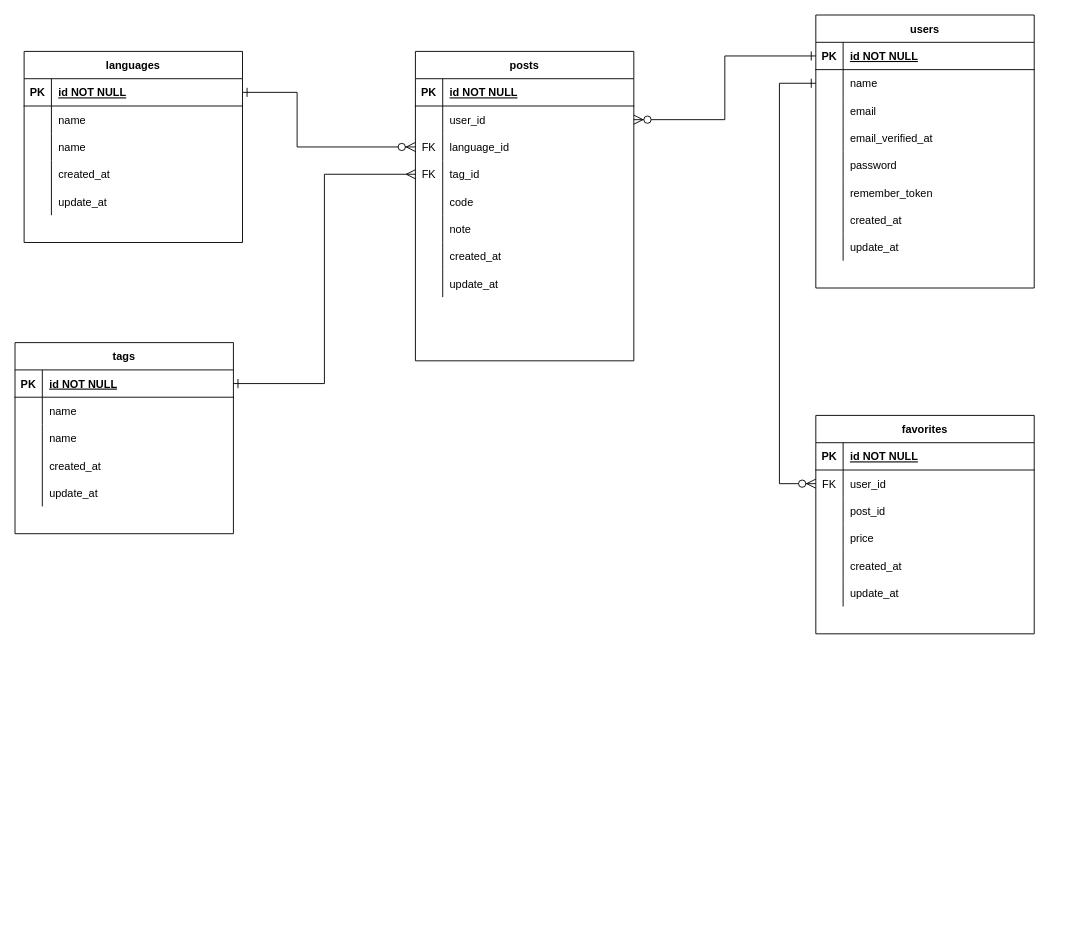
Above: bitcode.drawio in 0gravity000/er001 (draw.io), before the change. Source tidied: cells renumbered, new cells numbered last; positions are measured from the earlier drawing's top-left corner, leaving out a move shared by most shapes. Both pictures are drawn from the tidied source at 91%, with x=0, y=0 at pixel (15, 15).
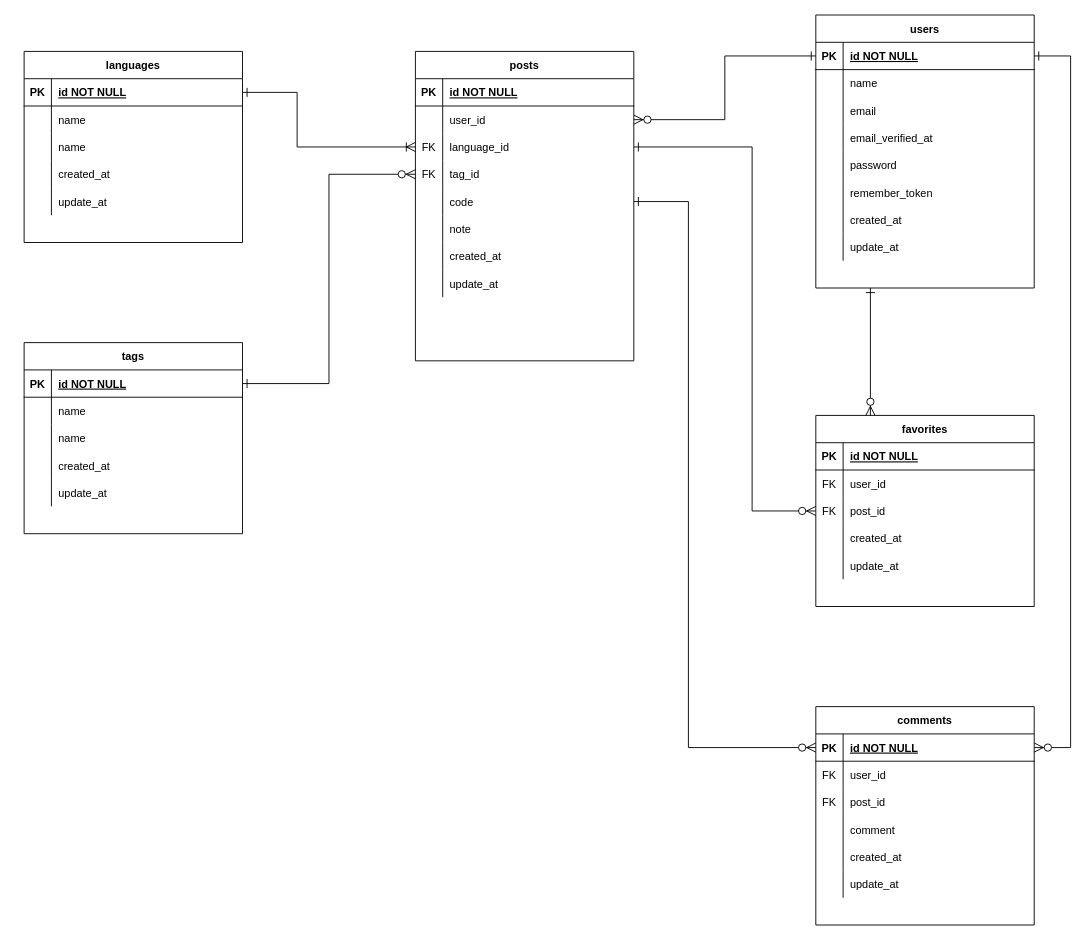
The same diagram, later.

Unchanged cells that the change refers to:
```xml
<mxCell id="10" style="shape=partialRectangle;fillColor=none;points=[[0,0.5],[1,0.5]];portConstraint=eastwest;top=0;left=0;right=0;bottom=0;" parent="3" vertex="1">
  <mxGeometry y="90" width="240" height="30" as="geometry" />
</mxCell>
<mxCell id="13" style="shape=partialRectangle;fillColor=none;points=[[0,0.5],[1,0.5]];portConstraint=eastwest;top=0;left=0;right=0;bottom=0;" parent="3" vertex="1">
  <mxGeometry y="120" width="240" height="30" as="geometry" />
</mxCell>
<mxCell id="16" style="shape=partialRectangle;fillColor=none;points=[[0,0.5],[1,0.5]];portConstraint=eastwest;top=0;left=0;right=0;bottom=0;" parent="3" vertex="1">
  <mxGeometry y="150" width="240" height="30" as="geometry" />
</mxCell>
<mxCell id="29" style="shape=partialRectangle;fillColor=none;top=0;left=0;bottom=1;right=0;points=[[0,0.5],[1,0.5]];portConstraint=eastwest;" parent="28" vertex="1">
  <mxGeometry y="30" width="240" height="30" as="geometry" />
</mxCell>
<mxCell id="48" style="shape=partialRectangle;fillColor=none;top=0;left=0;bottom=0;right=0;points=[[0,0.5],[1,0.5]];portConstraint=eastwest;" parent="44" vertex="1">
  <mxGeometry y="60" width="240" height="30" as="geometry" />
</mxCell>
<mxCell id="51" style="shape=partialRectangle;fillColor=none;top=0;left=0;bottom=0;right=0;points=[[0,0.5],[1,0.5]];portConstraint=eastwest;" parent="44" vertex="1">
  <mxGeometry y="90" width="240" height="30" as="geometry" />
</mxCell>
<mxCell id="64" value="users" style="shape=table;startSize=30;childLayout=tableLayout;rowLines=0;fontStyle=1;align=center;" parent="1" vertex="1">
  <mxGeometry x="880" width="240" height="300" as="geometry" />
</mxCell>
<mxCell id="65" style="shape=partialRectangle;fillColor=none;top=0;left=0;bottom=1;right=0;points=[[0,0.5],[1,0.5]];portConstraint=eastwest;" parent="64" vertex="1">
  <mxGeometry y="30" width="240" height="30" as="geometry" />
</mxCell>
<mxCell id="68" style="shape=partialRectangle;fillColor=none;top=0;left=0;bottom=0;right=0;points=[[0,0.5],[1,0.5]];portConstraint=eastwest;" parent="64" vertex="1">
  <mxGeometry y="60" width="240" height="30" as="geometry" />
</mxCell>
<mxCell id="91" style="shape=partialRectangle;fillColor=none;top=0;left=0;bottom=1;right=0;points=[[0,0.5],[1,0.5]];portConstraint=eastwest;" parent="90" vertex="1">
  <mxGeometry y="30" width="240" height="30" as="geometry" />
</mxCell>
```

Diff of the diagram source:
```diff
@@
-    <mxCell id="2" style="edgeStyle=orthogonalEdgeStyle;rounded=0;jettySize=auto;html=1;startArrow=ERone;startFill=0;endArrow=ERzeroToMany;endFill=1;startSize=8;endSize=8;exitX=0;exitY=0.5;exitDx=0;exitDy=0;entryX=0;entryY=0.5;entryDx=0;entryDy=0;" parent="1" edge="1" source="68" target="48">
-      <mxGeometry relative="1" as="geometry">
-        <Array as="points">
-          <mxPoint x="840" y="75" />
-          <mxPoint x="840" y="515" />
-        </Array>
-      </mxGeometry>
-    </mxCell>
@@
     <mxCell id="28" value="tags" style="shape=table;startSize=30;childLayout=tableLayout;rowLines=0;fontStyle=1;align=center;" parent="1" vertex="1">
-      <mxGeometry y="360" width="240" height="210" as="geometry" />
+      <mxGeometry x="10" y="360" width="240" height="210" as="geometry" />
     </mxCell>
@@
     <mxCell id="44" value="favorites" style="shape=table;startSize=30;childLayout=tableLayout;rowLines=0;fontStyle=1;align=center;" parent="1" vertex="1">
-      <mxGeometry x="880" y="440" width="240" height="240" as="geometry" />
+      <mxGeometry x="880" y="440" width="240" height="210" as="geometry" />
     </mxCell>
@@
-    <mxCell id="52" style="shape=partialRectangle;fillColor=none;top=0;left=0;bottom=0;right=0;overflow=hidden;" parent="51" vertex="1">
+    <mxCell id="52" value="FK" style="shape=partialRectangle;fillColor=none;top=0;left=0;bottom=0;right=0;overflow=hidden;" parent="51" vertex="1">
       <mxGeometry width="30" height="30" as="geometry" />
     </mxCell>
@@
-    <mxCell id="54" style="shape=partialRectangle;fillColor=none;top=0;left=0;bottom=0;right=0;" parent="44" vertex="1">
-      <mxGeometry y="120" width="240" height="30" as="geometry" />
-    </mxCell>
-    <mxCell id="55" style="shape=partialRectangle;fillColor=none;top=0;left=0;bottom=0;right=0;overflow=hidden;" parent="54" vertex="1">
-      <mxGeometry width="30" height="30" as="geometry" />
-    </mxCell>
-    <mxCell id="56" value="price" style="shape=partialRectangle;fillColor=none;top=0;left=0;bottom=0;right=0;align=left;spacingLeft=6;overflow=hidden;" parent="54" vertex="1">
-      <mxGeometry x="30" width="210" height="30" as="geometry" />
-    </mxCell>
     <mxCell id="57" style="shape=partialRectangle;fillColor=none;top=0;left=0;bottom=0;right=0;" parent="44" vertex="1">
-      <mxGeometry y="150" width="240" height="30" as="geometry" />
+      <mxGeometry y="120" width="240" height="30" as="geometry" />
     </mxCell>
@@
     <mxCell id="60" style="shape=partialRectangle;fillColor=none;top=0;left=0;bottom=0;right=0;" parent="44" vertex="1">
-      <mxGeometry y="180" width="240" height="30" as="geometry" />
+      <mxGeometry y="150" width="240" height="30" as="geometry" />
     </mxCell>
@@
-    <mxCell id="63" style="edgeStyle=orthogonalEdgeStyle;rounded=0;jettySize=auto;html=1;exitX=1;exitY=0.5;exitDx=0;exitDy=0;entryX=0;entryY=0.5;entryDx=0;entryDy=0;endArrow=ERmany;endFill=0;endSize=8;startSize=8;startArrow=ERone;startFill=0;" parent="1" edge="1" source="29" target="13">
+    <mxCell id="63" style="edgeStyle=orthogonalEdgeStyle;rounded=0;jettySize=auto;html=1;exitX=1;exitY=0.5;exitDx=0;exitDy=0;entryX=0;entryY=0.5;entryDx=0;entryDy=0;endArrow=ERzeroToMany;endFill=1;endSize=8;startSize=8;startArrow=ERone;startFill=0;" parent="1" edge="1" source="29" target="13">
       <mxGeometry relative="1" as="geometry" />
     </mxCell>
+    <mxCell id="107" style="edgeStyle=orthogonalEdgeStyle;rounded=0;jettySize=auto;html=1;exitX=0.25;exitY=1;exitDx=0;exitDy=0;entryX=0.25;entryY=0;entryDx=0;entryDy=0;startArrow=ERone;startFill=0;endArrow=ERzeroToMany;endFill=1;startSize=8;endSize=8;" parent="1" edge="1" source="64" target="44">
+      <mxGeometry relative="1" as="geometry" />
+    </mxCell>
@@
-    <mxCell id="106" style="edgeStyle=orthogonalEdgeStyle;rounded=0;jettySize=auto;html=1;exitX=1;exitY=0.5;exitDx=0;exitDy=0;entryX=0;entryY=0.5;entryDx=0;entryDy=0;startArrow=ERone;startFill=0;endArrow=ERzeroToMany;endFill=1;startSize=8;endSize=8;" parent="1" edge="1" source="91" target="10">
+    <mxCell id="106" style="edgeStyle=orthogonalEdgeStyle;rounded=0;jettySize=auto;html=1;exitX=1;exitY=0.5;exitDx=0;exitDy=0;entryX=0;entryY=0.5;entryDx=0;entryDy=0;startArrow=ERone;startFill=0;endArrow=ERoneToMany;endFill=0;startSize=8;endSize=8;" parent="1" edge="1" source="91" target="10">
       <mxGeometry relative="1" as="geometry">
         <Array as="points">
           <mxPoint x="310" y="85" />
           <mxPoint x="310" y="145" />
         </Array>
       </mxGeometry>
     </mxCell>
+    <mxCell id="108" value="comments" style="shape=table;startSize=30;childLayout=tableLayout;rowLines=0;fontStyle=1;align=center;" parent="1" vertex="1">
+      <mxGeometry x="880" y="760" width="240" height="240" as="geometry" />
+    </mxCell>
+    <mxCell id="109" style="shape=partialRectangle;fillColor=none;top=0;left=0;bottom=1;right=0;points=[[0,0.5],[1,0.5]];portConstraint=eastwest;" parent="108" vertex="1">
+      <mxGeometry y="30" width="240" height="30" as="geometry" />
+    </mxCell>
+    <mxCell id="110" value="PK" style="shape=partialRectangle;fillColor=none;top=0;left=0;bottom=0;right=0;fontStyle=1;overflow=hidden;" parent="109" vertex="1">
+      <mxGeometry width="30" height="30" as="geometry" />
+    </mxCell>
+    <mxCell id="111" value="id NOT NULL" style="shape=partialRectangle;fillColor=none;top=0;left=0;bottom=0;right=0;align=left;spacingLeft=6;fontStyle=5;overflow=hidden;" parent="109" vertex="1">
+      <mxGeometry x="30" width="210" height="30" as="geometry" />
+    </mxCell>
+    <mxCell id="112" style="shape=partialRectangle;fillColor=none;top=0;left=0;bottom=0;right=0;" parent="108" vertex="1">
+      <mxGeometry y="60" width="240" height="30" as="geometry" />
+    </mxCell>
+    <mxCell id="113" value="FK" style="shape=partialRectangle;fillColor=none;top=0;left=0;bottom=0;right=0;overflow=hidden;" parent="112" vertex="1">
+      <mxGeometry width="30" height="30" as="geometry" />
+    </mxCell>
+    <mxCell id="114" value="user_id" style="shape=partialRectangle;fillColor=none;top=0;left=0;bottom=0;right=0;align=left;spacingLeft=6;overflow=hidden;" parent="112" vertex="1">
+      <mxGeometry x="30" width="210" height="30" as="geometry" />
+    </mxCell>
+    <mxCell id="115" style="shape=partialRectangle;fillColor=none;top=0;left=0;bottom=0;right=0;" parent="108" vertex="1">
+      <mxGeometry y="90" width="240" height="30" as="geometry" />
+    </mxCell>
+    <mxCell id="116" value="FK" style="shape=partialRectangle;fillColor=none;top=0;left=0;bottom=0;right=0;overflow=hidden;" parent="115" vertex="1">
+      <mxGeometry width="30" height="30" as="geometry" />
+    </mxCell>
+    <mxCell id="117" value="post_id" style="shape=partialRectangle;fillColor=none;top=0;left=0;bottom=0;right=0;align=left;spacingLeft=6;overflow=hidden;" parent="115" vertex="1">
+      <mxGeometry x="30" width="210" height="30" as="geometry" />
+    </mxCell>
+    <mxCell id="54" style="shape=partialRectangle;fillColor=none;top=0;left=0;bottom=0;right=0;" parent="108" vertex="1">
+      <mxGeometry y="120" width="240" height="30" as="geometry" />
+    </mxCell>
+    <mxCell id="118" style="shape=partialRectangle;fillColor=none;top=0;left=0;bottom=0;right=0;overflow=hidden;" parent="54" vertex="1">
+      <mxGeometry width="30" height="30" as="geometry" />
+    </mxCell>
+    <mxCell id="119" value="comment" style="shape=partialRectangle;fillColor=none;top=0;left=0;bottom=0;right=0;align=left;spacingLeft=6;overflow=hidden;" parent="54" vertex="1">
+      <mxGeometry x="30" width="210" height="30" as="geometry" />
+    </mxCell>
+    <mxCell id="120" style="shape=partialRectangle;fillColor=none;top=0;left=0;bottom=0;right=0;" parent="108" vertex="1">
+      <mxGeometry y="150" width="240" height="30" as="geometry" />
+    </mxCell>
+    <mxCell id="121" style="shape=partialRectangle;fillColor=none;top=0;left=0;bottom=0;right=0;overflow=hidden;" parent="120" vertex="1">
+      <mxGeometry width="30" height="30" as="geometry" />
+    </mxCell>
+    <mxCell id="122" value="created_at" style="shape=partialRectangle;fillColor=none;top=0;left=0;bottom=0;right=0;align=left;spacingLeft=6;overflow=hidden;" parent="120" vertex="1">
+      <mxGeometry x="30" width="210" height="30" as="geometry" />
+    </mxCell>
+    <mxCell id="123" style="shape=partialRectangle;fillColor=none;top=0;left=0;bottom=0;right=0;" parent="108" vertex="1">
+      <mxGeometry y="180" width="240" height="30" as="geometry" />
+    </mxCell>
+    <mxCell id="124" style="shape=partialRectangle;fillColor=none;top=0;left=0;bottom=0;right=0;overflow=hidden;" parent="123" vertex="1">
+      <mxGeometry width="30" height="30" as="geometry" />
+    </mxCell>
+    <mxCell id="125" value="update_at" style="shape=partialRectangle;fillColor=none;top=0;left=0;bottom=0;right=0;align=left;spacingLeft=6;overflow=hidden;" parent="123" vertex="1">
+      <mxGeometry x="30" width="210" height="30" as="geometry" />
+    </mxCell>
+    <mxCell id="126" style="edgeStyle=orthogonalEdgeStyle;rounded=0;jettySize=auto;html=1;exitX=1;exitY=0.5;exitDx=0;exitDy=0;entryX=0;entryY=0.5;entryDx=0;entryDy=0;startArrow=ERone;startFill=0;endArrow=ERzeroToMany;endFill=1;startSize=8;endSize=8;" parent="1" edge="1" source="10" target="51">
+      <mxGeometry relative="1" as="geometry">
+        <Array as="points">
+          <mxPoint x="810" y="145" />
+          <mxPoint x="810" y="545" />
+        </Array>
+      </mxGeometry>
+    </mxCell>
+    <mxCell id="127" style="edgeStyle=orthogonalEdgeStyle;rounded=0;jettySize=auto;html=1;exitX=1;exitY=0.5;exitDx=0;exitDy=0;entryX=0;entryY=0.5;entryDx=0;entryDy=0;startArrow=ERone;startFill=0;endArrow=ERzeroToMany;endFill=1;startSize=8;endSize=8;" parent="1" edge="1" source="16" target="109">
+      <mxGeometry relative="1" as="geometry">
+        <Array as="points">
+          <mxPoint x="740" y="205" />
+          <mxPoint x="740" y="805" />
+        </Array>
+      </mxGeometry>
+    </mxCell>
+    <mxCell id="128" style="edgeStyle=orthogonalEdgeStyle;rounded=0;jettySize=auto;html=1;exitX=1;exitY=0.5;exitDx=0;exitDy=0;entryX=1;entryY=0.5;entryDx=0;entryDy=0;startArrow=ERone;startFill=0;endArrow=ERzeroToMany;endFill=1;startSize=8;endSize=8;" parent="1" edge="1" source="65" target="109">
+      <mxGeometry relative="1" as="geometry">
+        <Array as="points">
+          <mxPoint x="1160" y="45" />
+          <mxPoint x="1160" y="805" />
+        </Array>
+      </mxGeometry>
+    </mxCell>
```
